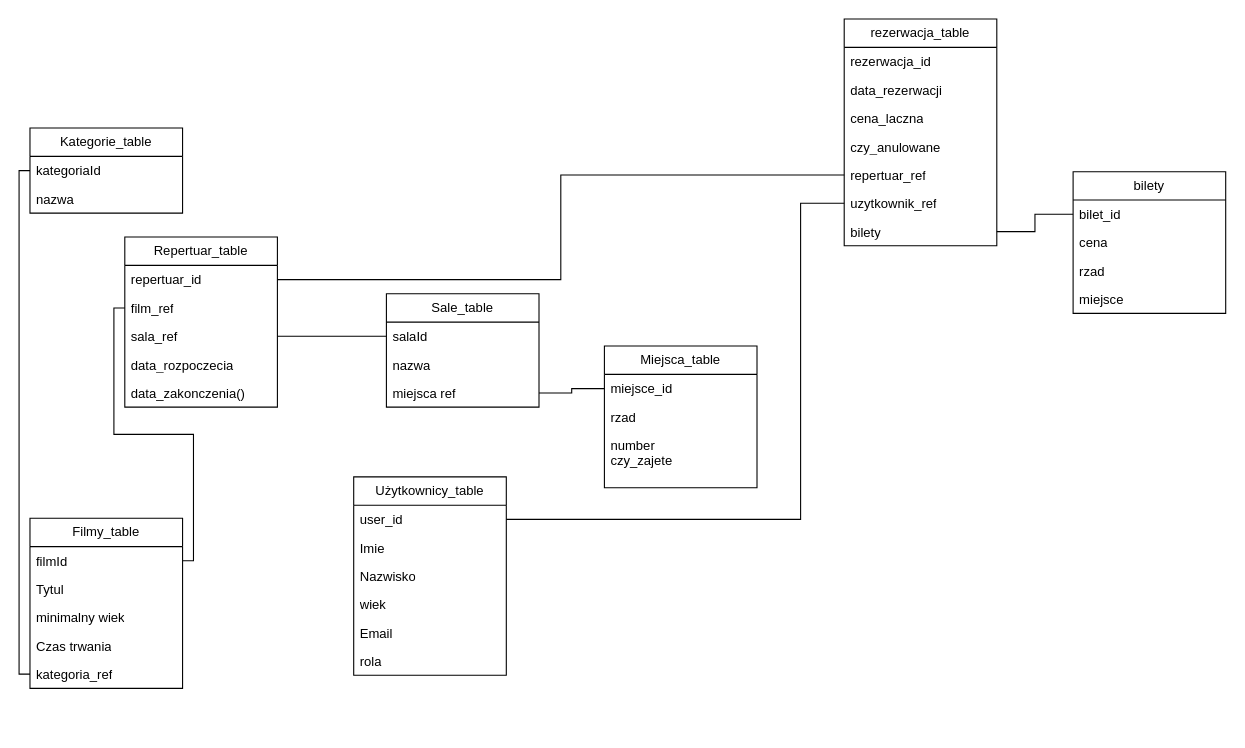
Before: diagram.drawio in elzyr/KinoDB, a draw.io diagram. Source tidied: cells renumbered, new cells numbered last; positions are measured from the earlier drawing's top-left corner, leaving out a move shared by most shapes. Both pictures are drawn from the tidied source at 109%, with x=0, y=0 at pixel (29, 19).
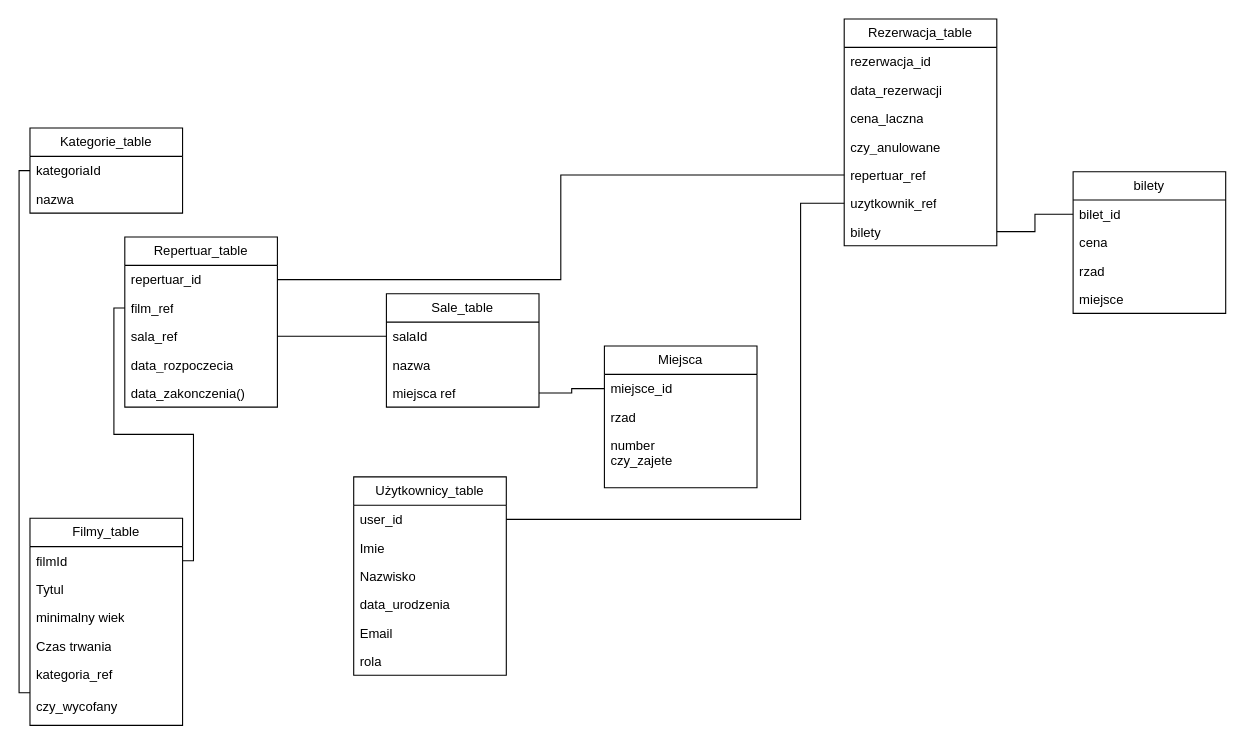
The same diagram, later.

The change refers to these unchanged cells:
```xml
<mxCell id="2" value="Użytkownicy_table" style="swimlane;fontStyle=0;horizontal=1;startSize=26;fillColor=none;whiteSpace=wrap;html=1;" parent="1" vertex="1">
  <mxGeometry x="297" y="420" width="140" height="182" as="geometry" />
</mxCell>
```

Change to the diagram source:
```diff
@@
-    <mxCell id="6" value="wiek" style="text;strokeColor=none;fillColor=none;align=left;verticalAlign=top;spacingLeft=4;spacingRight=4;overflow=hidden;whiteSpace=wrap;html=1;" parent="2" vertex="1">
+    <mxCell id="6" value="data_urodzenia" style="text;strokeColor=none;fillColor=none;align=left;verticalAlign=top;spacingLeft=4;spacingRight=4;overflow=hidden;whiteSpace=wrap;html=1;" parent="2" vertex="1">
       <mxGeometry y="104" width="140" height="26" as="geometry" />
     </mxCell>
@@
     <mxCell id="9" value="Filmy_table" style="swimlane;fontStyle=0;horizontal=1;startSize=26;fillColor=none;whiteSpace=wrap;html=1;" parent="1" vertex="1">
-      <mxGeometry y="458" width="140" height="156" as="geometry" />
+      <mxGeometry y="458" width="140" height="190" as="geometry" />
     </mxCell>
@@
-    <mxCell id="14" value="kategoria_ref" style="text;strokeColor=none;fillColor=none;align=left;verticalAlign=top;spacingLeft=4;spacingRight=4;overflow=hidden;points=[[0,0.5],[1,0.5]];portConstraint=eastwest;whiteSpace=wrap;html=1;" parent="9" vertex="1">
-      <mxGeometry y="130" width="140" height="26" as="geometry" />
+    <mxCell id="14" value="kategoria_ref&lt;div&gt;&lt;br&gt;&lt;/div&gt;&lt;div&gt;czy_wycofany&lt;/div&gt;" style="text;strokeColor=none;fillColor=none;align=left;verticalAlign=top;spacingLeft=4;spacingRight=4;overflow=hidden;points=[[0,0.5],[1,0.5]];portConstraint=eastwest;whiteSpace=wrap;html=1;" parent="9" vertex="1">
+      <mxGeometry y="130" width="140" height="60" as="geometry" />
     </mxCell>
@@
-    <mxCell id="28" value="Miejsca_table" style="swimlane;fontStyle=0;horizontal=1;startSize=26;fillColor=none;whiteSpace=wrap;html=1;" parent="1" vertex="1">
+    <mxCell id="28" value="Miejsca" style="swimlane;fontStyle=0;horizontal=1;startSize=26;fillColor=none;whiteSpace=wrap;html=1;" parent="1" vertex="1">
       <mxGeometry x="527" y="300" width="140" height="130" as="geometry" />
     </mxCell>
@@
-    <mxCell id="37" value="rezerwacja_table" style="swimlane;fontStyle=0;horizontal=1;startSize=26;fillColor=none;whiteSpace=wrap;html=1;" parent="1" vertex="1">
+    <mxCell id="37" value="Rezerwacja_table" style="swimlane;fontStyle=0;horizontal=1;startSize=26;fillColor=none;whiteSpace=wrap;html=1;" parent="1" vertex="1">
       <mxGeometry x="747" width="140" height="208" as="geometry" />
     </mxCell>
```
